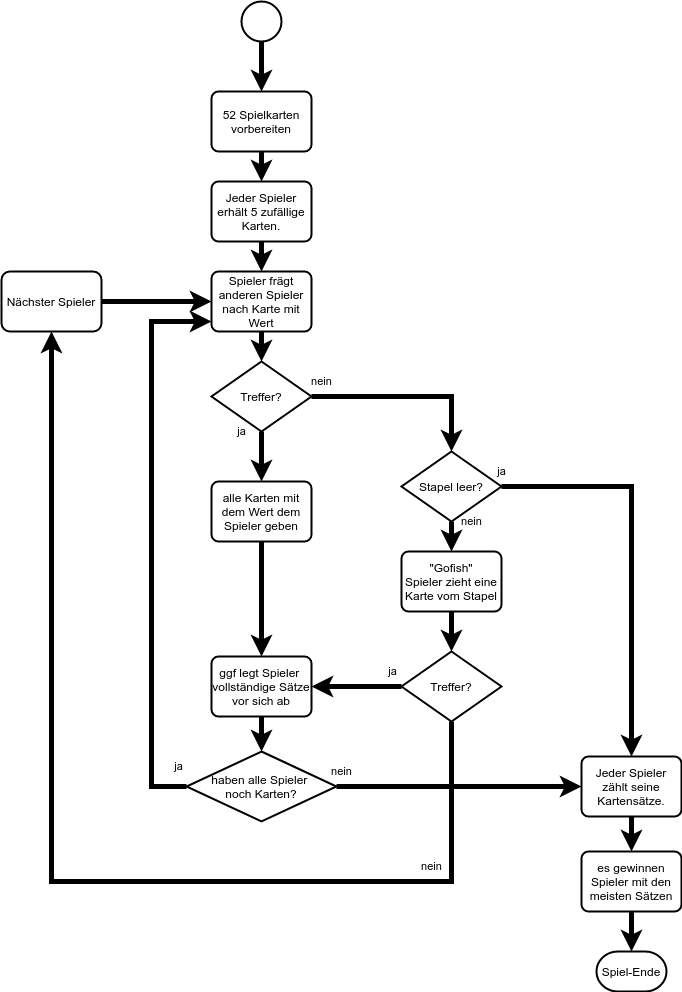
maju84/gofish-core keeps this draw.io diagram as documentation/spielstart.drawio.png. Above is the earlier version. Source tidied: cells renumbered, new cells last; positions are measured from the earlier drawing's top-left corner, leaving out a move shared by most shapes.
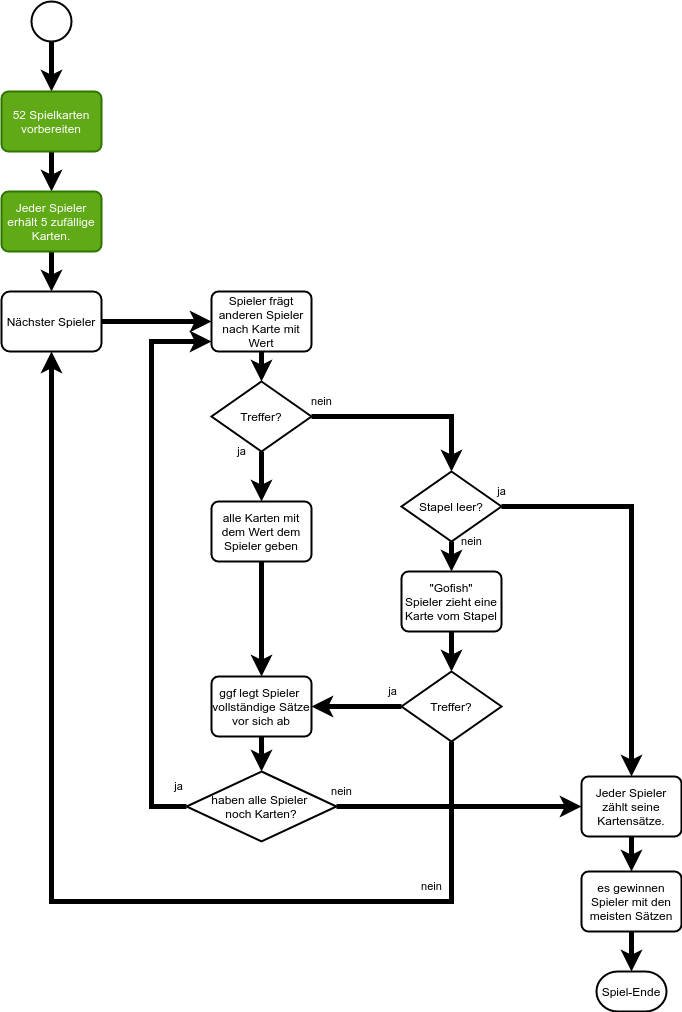
The same diagram one commit later.

Commit message:
Nächster Spieler an der Reihe

The edit, as a diff of the source:
```diff
@@ -6,19 +6,19 @@
       <mxGeometry relative="1" as="geometry" />
     </mxCell>
     <mxCell id="3" style="strokeWidth=2;html=1;shape=mxgraph.flowchart.start_2;whiteSpace=wrap;" parent="1" vertex="1">
-      <mxGeometry x="240" width="40" height="40" as="geometry" />
+      <mxGeometry x="30" y="-20" width="40" height="40" as="geometry" />
     </mxCell>
     <mxCell id="4" style="edgeStyle=orthogonalEdgeStyle;rounded=0;jettySize=auto;html=1;strokeWidth=5;" parent="1" edge="1" source="5" target="7">
       <mxGeometry relative="1" as="geometry" />
     </mxCell>
-    <mxCell id="5" value="52 Spielkarten&lt;br&gt;vorbereiten" style="rounded=1;whiteSpace=wrap;html=1;absoluteArcSize=1;arcSize=14;strokeWidth=2;" parent="1" vertex="1">
-      <mxGeometry x="210" y="90" width="100" height="60" as="geometry" />
+    <mxCell id="5" value="52 Spielkarten&lt;br&gt;vorbereiten" style="rounded=1;whiteSpace=wrap;html=1;absoluteArcSize=1;arcSize=14;strokeWidth=2;fillColor=#60a917;strokeColor=#2D7600;fontColor=#ffffff;" parent="1" vertex="1">
+      <mxGeometry y="70" width="100" height="60" as="geometry" />
     </mxCell>
-    <mxCell id="6" style="edgeStyle=orthogonalEdgeStyle;rounded=0;jettySize=auto;html=1;strokeWidth=5;" parent="1" edge="1" source="7" target="9">
+    <mxCell id="6" style="edgeStyle=orthogonalEdgeStyle;rounded=0;jettySize=auto;html=1;strokeWidth=5;" parent="1" edge="1" source="7" target="27">
       <mxGeometry relative="1" as="geometry" />
     </mxCell>
-    <mxCell id="7" value="Jeder Spieler erhält 5 zufällige Karten.&lt;span style=&quot;color: rgba(0 , 0 , 0 , 0) ; font-family: monospace ; font-size: 0px&quot;&gt;%3CmxGraphModel%3E%3Croot%3E%3CmxCell%20id%3D%220%22%2F%3E%3CmxCell%20id%3D%221%22%20parent%3D%220%22%2F%3E%3CmxCell%20id%3D%222%22%20value%3D%2252%20Spielkarten%26lt%3Bbr%26gt%3Bvorbereiten%22%20style%3D%22rounded%3D1%3BwhiteSpace%3Dwrap%3Bhtml%3D1%3BabsoluteArcSize%3D1%3BarcSize%3D14%3BstrokeWidth%3D2%3B%22%20vertex%3D%221%22%20parent%3D%221%22%3E%3CmxGeometry%20x%3D%22260%22%20y%3D%22120%22%20width%3D%22100%22%20height%3D%2260%22%20as%3D%22geometry%22%2F%3E%3C%2FmxCell%3E%3C%2Froot%3E%3C%2FmxGraphModel%3E&lt;/span&gt;" style="rounded=1;whiteSpace=wrap;html=1;absoluteArcSize=1;arcSize=14;strokeWidth=2;" parent="1" vertex="1">
-      <mxGeometry x="210" y="180" width="100" height="60" as="geometry" />
+    <mxCell id="7" value="Jeder Spieler erhält 5 zufällige Karten.&lt;span style=&quot;color: rgba(0 , 0 , 0 , 0) ; font-family: monospace ; font-size: 0px&quot;&gt;%3CmxGraphModel%3E%3Croot%3E%3CmxCell%20id%3D%220%22%2F%3E%3CmxCell%20id%3D%221%22%20parent%3D%220%22%2F%3E%3CmxCell%20id%3D%222%22%20value%3D%2252%20Spielkarten%26lt%3Bbr%26gt%3Bvorbereiten%22%20style%3D%22rounded%3D1%3BwhiteSpace%3Dwrap%3Bhtml%3D1%3BabsoluteArcSize%3D1%3BarcSize%3D14%3BstrokeWidth%3D2%3B%22%20vertex%3D%221%22%20parent%3D%221%22%3E%3CmxGeometry%20x%3D%22260%22%20y%3D%22120%22%20width%3D%22100%22%20height%3D%2260%22%20as%3D%22geometry%22%2F%3E%3C%2FmxCell%3E%3C%2Froot%3E%3C%2FmxGraphModel%3E&lt;/span&gt;" style="rounded=1;whiteSpace=wrap;html=1;absoluteArcSize=1;arcSize=14;strokeWidth=2;fillColor=#60a917;strokeColor=#2D7600;fontColor=#ffffff;" parent="1" vertex="1">
+      <mxGeometry y="170" width="100" height="60" as="geometry" />
     </mxCell>
     <mxCell id="8" style="edgeStyle=orthogonalEdgeStyle;rounded=0;jettySize=auto;html=1;strokeWidth=5;" parent="1" edge="1" source="9" target="12">
       <mxGeometry relative="1" as="geometry" />
```
